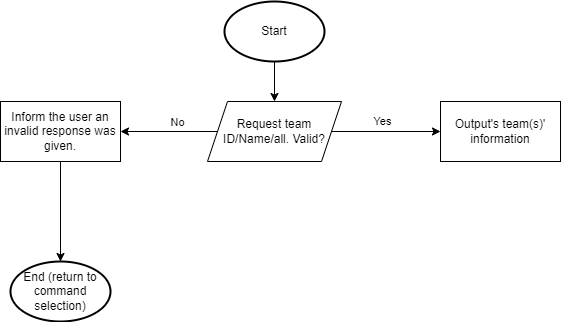
The draw.io diagram flowcharts/viewteams.drawio.png in iiRealisticDev/unit4tournamentapp, before a commit. Source tidied: cells renumbered, new cells last; positions are measured from the earlier drawing's top-left corner, leaving out a move shared by most shapes. Its diagram source:
```xml
<mxGraphModel>
  <root>
    <mxCell id="0" />
    <mxCell id="1" parent="0" />
    <mxCell id="2" style="edgeStyle=none;html=1;entryX=0.5;entryY=0;entryDx=0;entryDy=0;" parent="1" edge="1" source="3" target="8">
      <mxGeometry relative="1" as="geometry" />
    </mxCell>
    <mxCell id="3" value="Start" style="strokeWidth=2;html=1;shape=mxgraph.flowchart.start_1;whiteSpace=wrap;" parent="1" vertex="1">
      <mxGeometry x="224" width="100" height="60" as="geometry" />
    </mxCell>
    <mxCell id="4" style="edgeStyle=none;html=1;entryX=0;entryY=0.5;entryDx=0;entryDy=0;" parent="1" edge="1" source="8" target="9">
      <mxGeometry relative="1" as="geometry" />
    </mxCell>
    <mxCell id="5" value="Yes" style="edgeLabel;html=1;align=center;verticalAlign=middle;" parent="4" vertex="1">
      <mxGeometry x="0.45" y="-5" relative="1" as="geometry">
        <mxPoint x="-29" y="-16" as="offset" />
      </mxGeometry>
    </mxCell>
    <mxCell id="6" style="edgeStyle=none;html=1;entryX=1;entryY=0.5;entryDx=0;entryDy=0;" parent="1" edge="1" source="8" target="11">
      <mxGeometry relative="1" as="geometry" />
    </mxCell>
    <mxCell id="7" value="No" style="edgeLabel;html=1;align=center;verticalAlign=middle;" parent="6" vertex="1">
      <mxGeometry x="-0.47" y="-2" relative="1" as="geometry">
        <mxPoint x="-15" y="-8" as="offset" />
      </mxGeometry>
    </mxCell>
    <mxCell id="8" value="Request team ID/Name/all. Valid?" style="shape=parallelogram;perimeter=parallelogramPerimeter;whiteSpace=wrap;html=1;fixedSize=1;" parent="1" vertex="1">
      <mxGeometry x="207" y="100" width="134" height="60" as="geometry" />
    </mxCell>
    <mxCell id="9" value="Output's team(s)' information" style="rounded=0;whiteSpace=wrap;html=1;" parent="1" vertex="1">
      <mxGeometry x="440" y="100" width="120" height="60" as="geometry" />
    </mxCell>
    <mxCell id="10" style="edgeStyle=none;html=1;" parent="1" edge="1" source="11" target="12">
      <mxGeometry relative="1" as="geometry" />
    </mxCell>
    <mxCell id="11" value="Inform the user an invalid response was given." style="rounded=0;whiteSpace=wrap;html=1;" parent="1" vertex="1">
      <mxGeometry y="100" width="120" height="60" as="geometry" />
    </mxCell>
    <mxCell id="12" value="End (return to command selection)" style="strokeWidth=2;html=1;shape=mxgraph.flowchart.start_1;whiteSpace=wrap;" parent="1" vertex="1">
      <mxGeometry x="10" y="260" width="100" height="60" as="geometry" />
    </mxCell>
  </root>
</mxGraphModel>
```
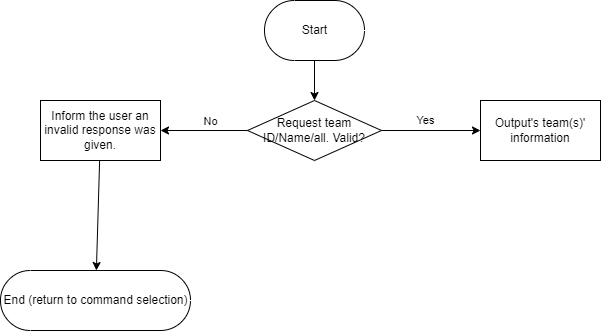
The same file after the commit.

Change to the diagram source:
```diff
@@ -5,7 +5,7 @@
     <mxCell id="2" style="edgeStyle=none;html=1;entryX=0.5;entryY=0;entryDx=0;entryDy=0;" parent="1" edge="1" source="3" target="8">
       <mxGeometry relative="1" as="geometry" />
     </mxCell>
-    <mxCell id="3" value="Start" style="strokeWidth=2;html=1;shape=mxgraph.flowchart.start_1;whiteSpace=wrap;" parent="1" vertex="1">
+    <mxCell id="3" value="Start" style="html=1;dashed=0;whitespace=wrap;shape=mxgraph.dfd.start;strokeColor=default;fontFamily=Helvetica;fontSize=12;fontColor=default;fillColor=default;" parent="1" vertex="1">
       <mxGeometry x="224" width="100" height="60" as="geometry" />
     </mxCell>
     <mxCell id="4" style="edgeStyle=none;html=1;entryX=0;entryY=0.5;entryDx=0;entryDy=0;" parent="1" edge="1" source="8" target="9">
@@ -24,7 +24,7 @@
         <mxPoint x="-15" y="-8" as="offset" />
       </mxGeometry>
     </mxCell>
-    <mxCell id="8" value="Request team ID/Name/all. Valid?" style="shape=parallelogram;perimeter=parallelogramPerimeter;whiteSpace=wrap;html=1;fixedSize=1;" parent="1" vertex="1">
+    <mxCell id="8" value="Request team ID/Name/all. Valid?" style="rhombus;whiteSpace=wrap;html=1;strokeColor=default;fontFamily=Helvetica;fontSize=12;fontColor=default;fillColor=default;" parent="1" vertex="1">
       <mxGeometry x="207" y="100" width="134" height="60" as="geometry" />
     </mxCell>
     <mxCell id="9" value="Output's team(s)' information" style="rounded=0;whiteSpace=wrap;html=1;" parent="1" vertex="1">
@@ -36,8 +36,8 @@
     <mxCell id="11" value="Inform the user an invalid response was given." style="rounded=0;whiteSpace=wrap;html=1;" parent="1" vertex="1">
       <mxGeometry y="100" width="120" height="60" as="geometry" />
     </mxCell>
-    <mxCell id="12" value="End (return to command selection)" style="strokeWidth=2;html=1;shape=mxgraph.flowchart.start_1;whiteSpace=wrap;" parent="1" vertex="1">
-      <mxGeometry x="10" y="260" width="100" height="60" as="geometry" />
+    <mxCell id="12" value="End (return to command selection)" style="html=1;dashed=0;whitespace=wrap;shape=mxgraph.dfd.start;strokeColor=default;fontFamily=Helvetica;fontSize=12;fontColor=default;fillColor=default;" parent="1" vertex="1">
+      <mxGeometry x="-40" y="270" width="190" height="60" as="geometry" />
     </mxCell>
   </root>
 </mxGraphModel>
```
